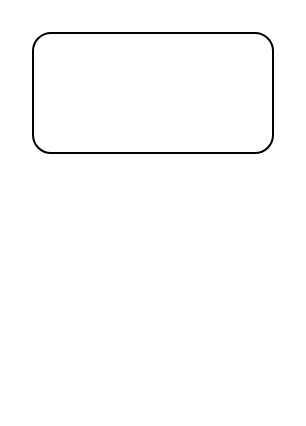
Before: Untitled Diagram.drawio in CallumCarmicheal/DrawIO-Github-Test, a draw.io diagram. Source tidied: cells renumbered, new cells numbered last; positions are measured from the earlier drawing's top-left corner, leaving out a move shared by most shapes. Both pictures are drawn from the tidied source at 200%, with x=0, y=0 at pixel (32, 32).
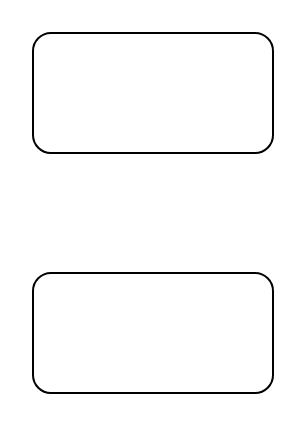
Above is the later version.

Commit message:
Testing external edit, merging maybe?

Change to the diagram source:
```diff
@@
 <mxGraphModel>
   <root>
     <mxCell id="0" />
     <mxCell id="1" parent="0" />
     <mxCell id="2" style="rounded=1;whiteSpace=wrap;html=1;" parent="1" vertex="1">
       <mxGeometry width="120" height="60" as="geometry" />
     </mxCell>
+    <mxCell id="3" style="rounded=1;whiteSpace=wrap;html=1;" parent="1" vertex="1">
+      <mxGeometry y="120" width="120" height="60" as="geometry" />
+    </mxCell>
   </root>
 </mxGraphModel>
```
